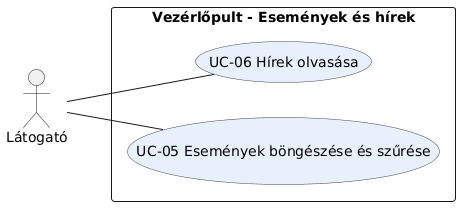
Before: H3/uml/4.png, a diagram exported from PlantUML (DavidGergo/SoftTech).
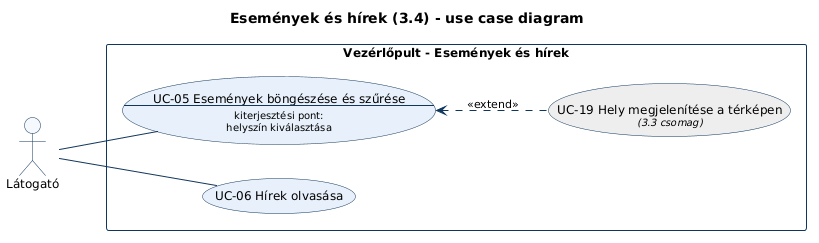
After the change.

Commit message:
H3 0.4: include és extend kapcsolatok a use case modellben

The edit, as a diff of the source:
```diff
@@ -1,18 +1,23 @@
 @startuml
+skinparam shadowing false
+skinparam defaultFontName Arial
+skinparam defaultFontSize 12
+skinparam ActorBorderColor #10365C
+skinparam ActorBackgroundColor #F5F8FC
+skinparam UsecaseBorderColor #10365C
+skinparam ArrowColor #10365C
+skinparam RectangleBorderColor #10365C
+skinparam RectangleFontStyle bold
+skinparam ArrowFontSize 11
+title Események és hírek (3.4) - use case diagram
 left to right direction
-skinparam actorStyle stick
-skinparam usecase {
-  BackgroundColor #E8F1FB
-  BorderColor #374151
+actor "Látogató" as A01
+rectangle "Vezérlőpult - Események és hírek" {
+  usecase "UC-05 Események böngészése és szűrése\n--\n<size:10>kiterjesztési pont:</size>\n<size:10>helyszín kiválasztása</size>" as UC05 #E8F1FB
+  usecase "UC-06 Hírek olvasása" as UC06 #E8F1FB
+  usecase "UC-19 Hely megjelenítése a térképen\n<size:10><i>(3.3 csomag)</i></size>" as UC19 #EEEEEE
 }
-
-actor "Látogató" as Latogato
-
-rectangle "Vezérlőpult - Események és hírek" {
-  usecase "UC-05 Események böngészése és szűrése" as UC05
-  usecase "UC-06 Hírek olvasása" as UC06
-}
-
-Latogato -- UC05
-Latogato -- UC06
+A01 -- UC05
+A01 -- UC06
+UC05 <.. UC19 : <<extend>>
 @enduml
```
